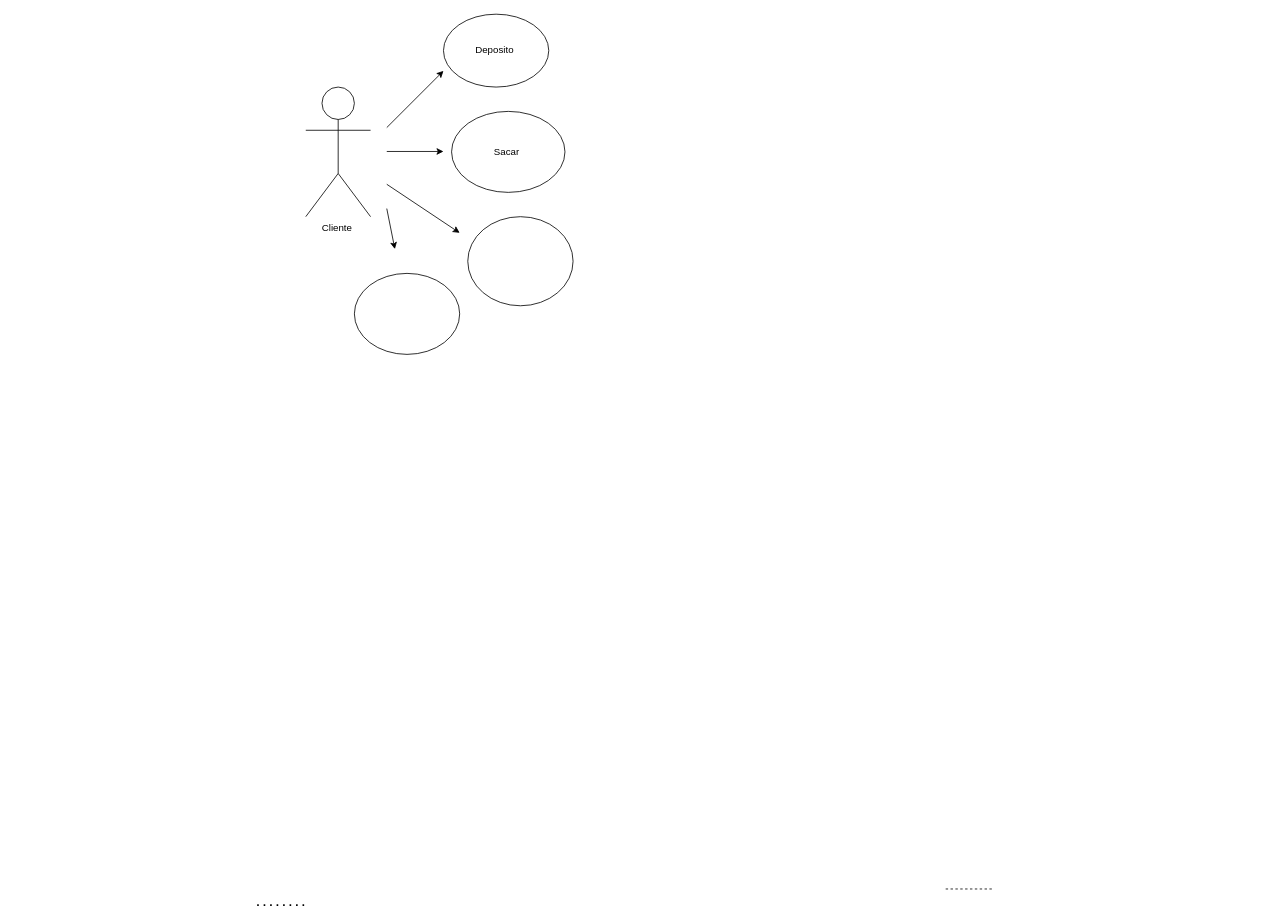
Before: page "Página-5" (5 of 5) of Diagrama aula.drawio in maysa158/diagramasderequisitos, a draw.io diagram. Source tidied: cells renumbered, new cells numbered last; positions are measured from the earlier drawing's top-left corner, leaving out a move shared by most shapes. Both pictures are drawn from the tidied source at 81%, with x=0, y=0 at pixel (257, 14).
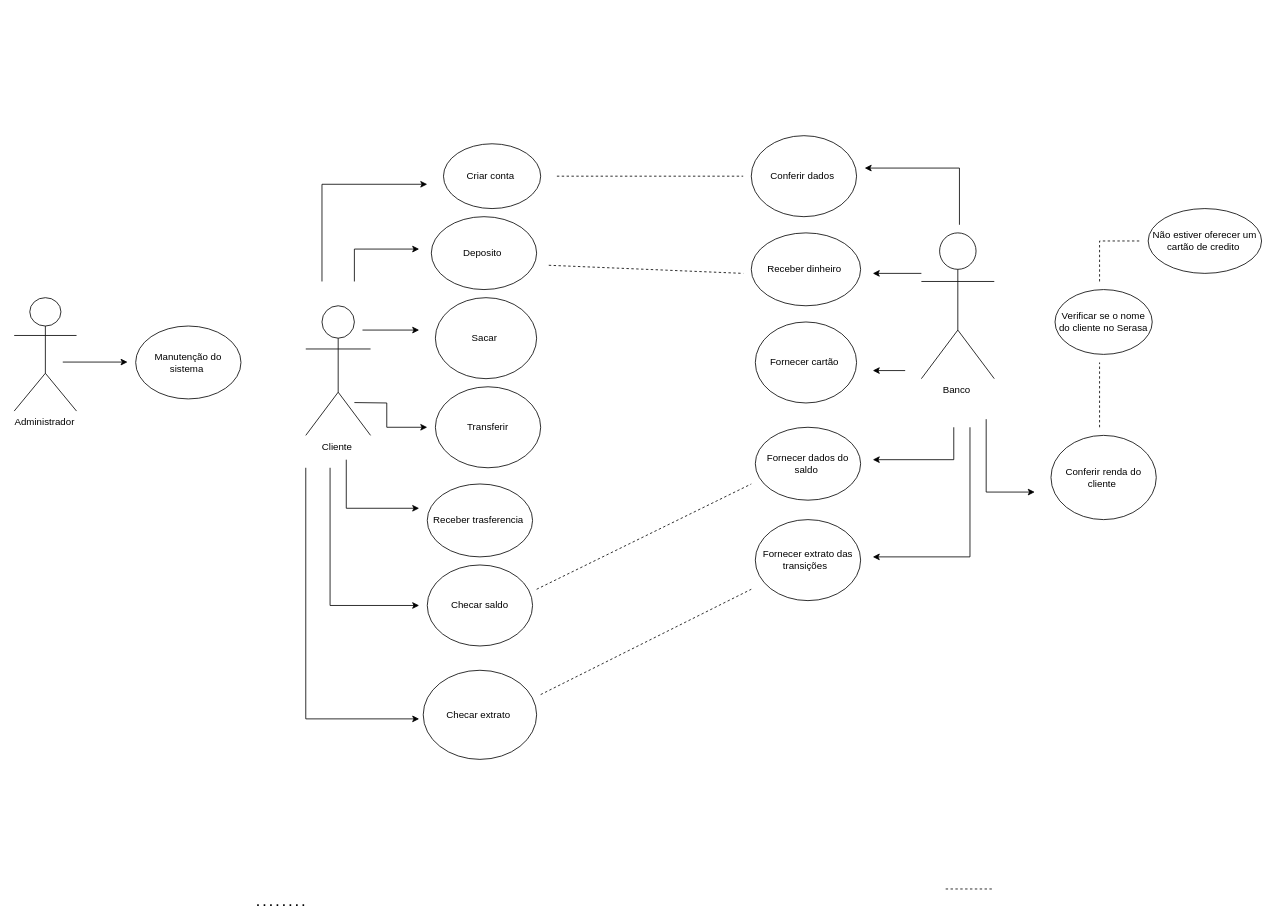
The same page after the edit.

Commit message (it also covers changes not shown here):
Diagrama feito em aula

Change to the diagram source:
```diff
@@
     <mxCell id="4" value="Cliente&amp;nbsp;" style="shape=umlActor;verticalLabelPosition=bottom;verticalAlign=top;html=1;" parent="1" vertex="1">
-      <mxGeometry x="60" y="90" width="80" height="160" as="geometry" />
+      <mxGeometry x="60" y="360" width="80" height="160" as="geometry" />
     </mxCell>
-    <mxCell id="5" style="endArrow=classic;html=1;rounded=0;" parent="1" edge="1">
-      <mxGeometry relative="1" as="geometry">
-        <mxPoint x="160" y="140" as="sourcePoint" />
-        <mxPoint x="230" y="70" as="targetPoint" />
-      </mxGeometry>
-    </mxCell>
-    <mxCell id="6" style="endArrow=classic;html=1;rounded=0;" parent="1" edge="1">
-      <mxGeometry relative="1" as="geometry">
-        <mxPoint x="160" y="169.5" as="sourcePoint" />
-        <mxPoint x="230" y="169.5" as="targetPoint" />
-      </mxGeometry>
-    </mxCell>
-    <mxCell id="7" style="endArrow=classic;html=1;rounded=0;" parent="1" edge="1">
-      <mxGeometry relative="1" as="geometry">
-        <mxPoint x="160" y="210" as="sourcePoint" />
-        <mxPoint x="250" y="270" as="targetPoint" />
-      </mxGeometry>
-    </mxCell>
-    <mxCell id="8" style="endArrow=classic;html=1;rounded=0;" parent="1" edge="1">
-      <mxGeometry relative="1" as="geometry">
-        <mxPoint x="160" y="240" as="sourcePoint" />
-        <mxPoint x="170" y="290" as="targetPoint" />
-      </mxGeometry>
-    </mxCell>
     <mxCell id="9" value="Deposito&amp;nbsp;" style="ellipse;whiteSpace=wrap;html=1;" parent="1" vertex="1">
-      <mxGeometry x="230" width="130" height="90" as="geometry" />
+      <mxGeometry x="215" y="250" width="130" height="90" as="geometry" />
     </mxCell>
     <mxCell id="10" value="Sacar&amp;nbsp;" style="ellipse;whiteSpace=wrap;html=1;" parent="1" vertex="1">
-      <mxGeometry x="240" y="120" width="140" height="100" as="geometry" />
+      <mxGeometry x="220" y="350" width="125" height="100" as="geometry" />
     </mxCell>
-    <mxCell id="11" style="ellipse;whiteSpace=wrap;html=1;" parent="1" vertex="1">
-      <mxGeometry x="120" y="320" width="130" height="100" as="geometry" />
+    <mxCell id="11" value="Checar saldo" style="ellipse;whiteSpace=wrap;html=1;" parent="1" vertex="1">
+      <mxGeometry x="210" y="680" width="130" height="100" as="geometry" />
     </mxCell>
-    <mxCell id="12" style="ellipse;whiteSpace=wrap;html=1;" parent="1" vertex="1">
-      <mxGeometry x="260" y="250" width="130" height="110" as="geometry" />
+    <mxCell id="12" value="Transferir" style="ellipse;whiteSpace=wrap;html=1;" parent="1" vertex="1">
+      <mxGeometry x="220" y="460" width="130" height="100" as="geometry" />
     </mxCell>
+    <mxCell id="13" value="Checar extrato&amp;nbsp;" style="ellipse;whiteSpace=wrap;html=1;" parent="1" vertex="1">
+      <mxGeometry x="205" y="810" width="140" height="110" as="geometry" />
+    </mxCell>
+    <mxCell id="14" value="Banco&amp;nbsp;" style="shape=umlActor;verticalLabelPosition=bottom;verticalAlign=top;html=1;" parent="1" vertex="1">
+      <mxGeometry x="820" y="270" width="90" height="180" as="geometry" />
+    </mxCell>
+    <mxCell id="15" value="Criar conta&amp;nbsp;" style="ellipse;whiteSpace=wrap;html=1;" parent="1" vertex="1">
+      <mxGeometry x="230" y="160" width="120" height="80" as="geometry" />
+    </mxCell>
+    <mxCell id="16" style="endArrow=classic;html=1;rounded=0;" parent="1" edge="1">
+      <mxGeometry relative="1" as="geometry">
+        <mxPoint x="120" y="330" as="sourcePoint" />
+        <mxPoint x="200" y="290" as="targetPoint" />
+        <Array as="points">
+          <mxPoint x="120" y="290" />
+        </Array>
+      </mxGeometry>
+    </mxCell>
+    <mxCell id="17" style="endArrow=classic;html=1;rounded=0;" parent="1" edge="1">
+      <mxGeometry relative="1" as="geometry">
+        <mxPoint x="130" y="390" as="sourcePoint" />
+        <mxPoint x="200" y="390" as="targetPoint" />
+      </mxGeometry>
+    </mxCell>
+    <mxCell id="18" style="endArrow=classic;html=1;rounded=0;" parent="1" edge="1">
+      <mxGeometry relative="1" as="geometry">
+        <mxPoint x="120" y="479.5" as="sourcePoint" />
+        <mxPoint x="210" y="510" as="targetPoint" />
+        <Array as="points">
+          <mxPoint x="160" y="480" />
+          <mxPoint x="160" y="510" />
+        </Array>
+      </mxGeometry>
+    </mxCell>
+    <mxCell id="19" style="endArrow=classic;html=1;rounded=0;" parent="1" edge="1">
+      <mxGeometry relative="1" as="geometry">
+        <mxPoint x="110" y="550" as="sourcePoint" />
+        <mxPoint x="200" y="610" as="targetPoint" />
+        <Array as="points">
+          <mxPoint x="110" y="610" />
+        </Array>
+      </mxGeometry>
+    </mxCell>
+    <mxCell id="20" style="endArrow=classic;html=1;rounded=0;" parent="1" edge="1">
+      <mxGeometry relative="1" as="geometry">
+        <mxPoint x="90" y="560" as="sourcePoint" />
+        <mxPoint x="200" y="730" as="targetPoint" />
+        <Array as="points">
+          <mxPoint x="90" y="730" />
+        </Array>
+      </mxGeometry>
+    </mxCell>
+    <mxCell id="21" style="endArrow=classic;html=1;rounded=0;" parent="1" edge="1">
+      <mxGeometry relative="1" as="geometry">
+        <mxPoint x="60" y="560" as="sourcePoint" />
+        <mxPoint x="200" y="870" as="targetPoint" />
+        <Array as="points">
+          <mxPoint x="60" y="870" />
+        </Array>
+      </mxGeometry>
+    </mxCell>
+    <mxCell id="22" style="endArrow=classic;html=1;rounded=0;" parent="1" edge="1">
+      <mxGeometry relative="1" as="geometry">
+        <mxPoint x="80" y="330" as="sourcePoint" />
+        <mxPoint x="210" y="210" as="targetPoint" />
+        <Array as="points">
+          <mxPoint x="80" y="210" />
+        </Array>
+      </mxGeometry>
+    </mxCell>
+    <mxCell id="23" value="Receber trasferencia&amp;nbsp;" style="ellipse;whiteSpace=wrap;html=1;" parent="1" vertex="1">
+      <mxGeometry x="210" y="580" width="130" height="90" as="geometry" />
+    </mxCell>
+    <mxCell id="24" value="Conferir dados&amp;nbsp;" style="ellipse;whiteSpace=wrap;html=1;" parent="1" vertex="1">
+      <mxGeometry x="610" y="150" width="130" height="100" as="geometry" />
+    </mxCell>
+    <mxCell id="25" value="Receber dinheiro&amp;nbsp;" style="ellipse;whiteSpace=wrap;html=1;" parent="1" vertex="1">
+      <mxGeometry x="610" y="270" width="135" height="90" as="geometry" />
+    </mxCell>
+    <mxCell id="26" value="Fornecer cartão&amp;nbsp;" style="ellipse;whiteSpace=wrap;html=1;" parent="1" vertex="1">
+      <mxGeometry x="615" y="380" width="125" height="100" as="geometry" />
+    </mxCell>
+    <mxCell id="27" value="Conferir renda do cliente&amp;nbsp;" style="ellipse;whiteSpace=wrap;html=1;" parent="1" vertex="1">
+      <mxGeometry x="980" y="520" width="130" height="104" as="geometry" />
+    </mxCell>
+    <mxCell id="28" value="Fornecer dados do saldo&amp;nbsp;" style="ellipse;whiteSpace=wrap;html=1;" parent="1" vertex="1">
+      <mxGeometry x="615" y="510" width="130" height="90" as="geometry" />
+    </mxCell>
+    <mxCell id="29" value="Fornecer extrato das transições&amp;nbsp;&amp;nbsp;" style="ellipse;whiteSpace=wrap;html=1;" parent="1" vertex="1">
+      <mxGeometry x="615" y="624" width="130" height="100" as="geometry" />
+    </mxCell>
+    <mxCell id="30" style="endArrow=classic;html=1;rounded=0;" parent="1" edge="1">
+      <mxGeometry relative="1" as="geometry">
+        <mxPoint x="867" y="260" as="sourcePoint" />
+        <mxPoint x="750" y="190" as="targetPoint" />
+        <Array as="points">
+          <mxPoint x="867" y="190" />
+        </Array>
+      </mxGeometry>
+    </mxCell>
+    <mxCell id="31" style="endArrow=classic;html=1;rounded=0;" parent="1" edge="1">
+      <mxGeometry relative="1" as="geometry">
+        <mxPoint x="820" y="320" as="sourcePoint" />
+        <mxPoint x="760" y="320" as="targetPoint" />
+      </mxGeometry>
+    </mxCell>
+    <mxCell id="32" style="endArrow=classic;html=1;rounded=0;" parent="1" edge="1">
+      <mxGeometry relative="1" as="geometry">
+        <mxPoint x="800" y="440" as="sourcePoint" />
+        <mxPoint x="760" y="440" as="targetPoint" />
+      </mxGeometry>
+    </mxCell>
+    <mxCell id="33" style="endArrow=classic;html=1;rounded=0;" parent="1" edge="1">
+      <mxGeometry relative="1" as="geometry">
+        <mxPoint x="860" y="510" as="sourcePoint" />
+        <mxPoint x="760" y="550" as="targetPoint" />
+        <Array as="points">
+          <mxPoint x="860" y="550" />
+        </Array>
+      </mxGeometry>
+    </mxCell>
+    <mxCell id="34" style="endArrow=classic;html=1;rounded=0;" parent="1" edge="1">
+      <mxGeometry relative="1" as="geometry">
+        <mxPoint x="880" y="510" as="sourcePoint" />
+        <mxPoint x="760" y="670" as="targetPoint" />
+        <Array as="points">
+          <mxPoint x="880" y="670" />
+        </Array>
+      </mxGeometry>
+    </mxCell>
+    <mxCell id="35" style="endArrow=classic;html=1;rounded=0;" parent="1" edge="1">
+      <mxGeometry relative="1" as="geometry">
+        <mxPoint x="900" y="500" as="sourcePoint" />
+        <mxPoint x="960" y="590" as="targetPoint" />
+        <Array as="points">
+          <mxPoint x="900" y="590" />
+        </Array>
+      </mxGeometry>
+    </mxCell>
+    <mxCell id="36" style="endArrow=none;dashed=1;html=1;rounded=0;" parent="1" edge="1">
+      <mxGeometry relative="1" as="geometry">
+        <mxPoint x="1040" y="510" as="sourcePoint" />
+        <mxPoint x="1040" y="430" as="targetPoint" />
+      </mxGeometry>
+    </mxCell>
+    <mxCell id="37" value="Verificar se o nome do cliente no Serasa" style="ellipse;whiteSpace=wrap;html=1;" parent="1" vertex="1">
+      <mxGeometry x="985" y="340" width="120" height="80" as="geometry" />
+    </mxCell>
+    <mxCell id="38" style="endArrow=none;dashed=1;html=1;rounded=0;" parent="1" edge="1">
+      <mxGeometry relative="1" as="geometry">
+        <mxPoint x="1040" y="330" as="sourcePoint" />
+        <mxPoint x="1090" y="280" as="targetPoint" />
+        <Array as="points">
+          <mxPoint x="1040" y="280" />
+        </Array>
+      </mxGeometry>
+    </mxCell>
+    <mxCell id="39" value="Não estiver oferecer um cartão de credito&amp;nbsp;" style="ellipse;whiteSpace=wrap;html=1;" parent="1" vertex="1">
+      <mxGeometry x="1100" y="240" width="140" height="80" as="geometry" />
+    </mxCell>
+    <mxCell id="40" style="endArrow=none;dashed=1;html=1;rounded=0;" parent="1" edge="1">
+      <mxGeometry relative="1" as="geometry">
+        <mxPoint x="370" y="200" as="sourcePoint" />
+        <mxPoint x="600" y="200" as="targetPoint" />
+      </mxGeometry>
+    </mxCell>
+    <mxCell id="41" style="endArrow=none;dashed=1;html=1;rounded=0;" parent="1" edge="1">
+      <mxGeometry relative="1" as="geometry">
+        <mxPoint x="360" y="310" as="sourcePoint" />
+        <mxPoint x="600" y="320" as="targetPoint" />
+      </mxGeometry>
+    </mxCell>
+    <mxCell id="42" style="endArrow=none;dashed=1;html=1;rounded=0;" parent="1" edge="1">
+      <mxGeometry relative="1" as="geometry">
+        <mxPoint x="345" y="710" as="sourcePoint" />
+        <mxPoint x="610" y="580" as="targetPoint" />
+      </mxGeometry>
+    </mxCell>
+    <mxCell id="43" style="endArrow=none;dashed=1;html=1;rounded=0;" parent="1" edge="1">
+      <mxGeometry relative="1" as="geometry">
+        <mxPoint x="350" y="840" as="sourcePoint" />
+        <mxPoint x="610" y="710" as="targetPoint" />
+      </mxGeometry>
+    </mxCell>
+    <mxCell id="44" value="Administrador&amp;nbsp;" style="shape=umlActor;verticalLabelPosition=bottom;verticalAlign=top;html=1;" parent="1" vertex="1">
+      <mxGeometry x="-300" y="350" width="77" height="140" as="geometry" />
+    </mxCell>
+    <mxCell id="45" style="endArrow=classic;html=1;rounded=0;" parent="1" edge="1">
+      <mxGeometry relative="1" as="geometry">
+        <mxPoint x="-240" y="429.5" as="sourcePoint" />
+        <mxPoint x="-160" y="429.5" as="targetPoint" />
+      </mxGeometry>
+    </mxCell>
+    <mxCell id="46" value="Manutenção do sistema&amp;nbsp;" style="ellipse;whiteSpace=wrap;html=1;" parent="1" vertex="1">
+      <mxGeometry x="-150" y="385" width="130" height="90" as="geometry" />
+    </mxCell>
```
